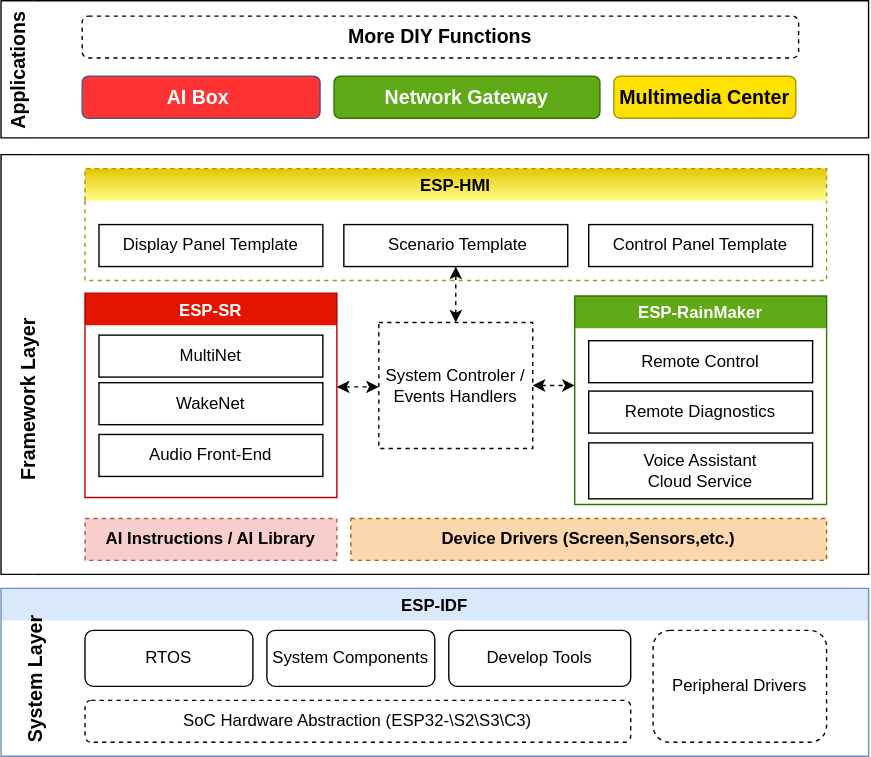
Earlier version of the draw.io export docs/_static/esp-box-tech-architecture.svg (espressif/esp-box). Source tidied: cells renumbered, new cells last; positions are measured from the earlier drawing's top-left corner, leaving out a move shared by most shapes. Its diagram source:
```xml
<mxGraphModel>
  <root>
    <mxCell id="0" />
    <mxCell id="1" parent="0" />
    <mxCell id="2" value="ESP-IDF" style="swimlane;glass=0;startSize=23;swimlaneLine=0;rounded=0;shadow=0;sketch=0;fillStyle=dots;gradientDirection=west;swimlaneFillColor=none;horizontal=1;fillColor=#dae8fc;strokeColor=#6c8ebf;" parent="1" vertex="1">
      <mxGeometry y="420" width="620" height="120" as="geometry" />
    </mxCell>
    <mxCell id="3" value="SoC&amp;nbsp;Hardware Abstraction (ESP32-\S2\S3\C3)" style="rounded=1;whiteSpace=wrap;html=1;glass=0;startSize=23;gradientColor=#ffffff;shadow=0;dashed=1;" parent="2" vertex="1">
      <mxGeometry x="60" y="80" width="390" height="30" as="geometry" />
    </mxCell>
    <mxCell id="4" value="RTOS" style="rounded=1;whiteSpace=wrap;html=1;shadow=0;glass=0;sketch=0;fillStyle=dots;startSize=23;gradientColor=#ffffff;gradientDirection=west;" parent="2" vertex="1">
      <mxGeometry x="60" y="30" width="120" height="40" as="geometry" />
    </mxCell>
    <mxCell id="5" value="System Components" style="rounded=1;whiteSpace=wrap;html=1;shadow=0;glass=0;sketch=0;fillStyle=dots;startSize=23;gradientColor=#ffffff;gradientDirection=west;" parent="2" vertex="1">
      <mxGeometry x="190" y="30" width="120" height="40" as="geometry" />
    </mxCell>
    <mxCell id="6" value="Develop Tools" style="rounded=1;whiteSpace=wrap;html=1;shadow=0;glass=0;sketch=0;fillStyle=dots;startSize=23;gradientColor=#ffffff;gradientDirection=west;" parent="2" vertex="1">
      <mxGeometry x="320" y="30" width="130" height="40" as="geometry" />
    </mxCell>
    <mxCell id="7" value="Peripheral Drivers" style="rounded=1;whiteSpace=wrap;html=1;glass=0;startSize=23;gradientColor=#ffffff;shadow=0;dashed=1;" parent="2" vertex="1">
      <mxGeometry x="466" y="30" width="124" height="80" as="geometry" />
    </mxCell>
    <mxCell id="8" value="&lt;font style=&quot;font-size: 14px&quot;&gt;System Layer&lt;/font&gt;" style="text;html=1;strokeColor=none;fillColor=none;align=center;verticalAlign=middle;whiteSpace=wrap;rounded=0;shadow=0;glass=0;sketch=0;fillStyle=dots;startSize=23;fontStyle=1;labelBorderColor=none;fontSize=17;horizontal=0;" parent="2" vertex="1">
      <mxGeometry x="10" y="10" width="30" height="110" as="geometry" />
    </mxCell>
    <mxCell id="9" style="swimlane;horizontal=0;rounded=0;shadow=0;glass=0;labelBorderColor=none;sketch=0;fillStyle=dots;startSize=23;gradientColor=#ffffff;gradientDirection=west;strokeColor=default;swimlaneLine=0;" parent="1" vertex="1">
      <mxGeometry y="110" width="620" height="300" as="geometry" />
    </mxCell>
    <mxCell id="10" value="ESP-RainMaker" style="swimlane;startSize=23;swimlaneLine=0;fillColor=#60a917;fontColor=#ffffff;strokeColor=#2D7600;" parent="9" vertex="1">
      <mxGeometry x="410" y="101" width="180" height="149" as="geometry" />
    </mxCell>
    <mxCell id="11" value="Remote Control" style="rounded=0;whiteSpace=wrap;html=1;" parent="10" vertex="1">
      <mxGeometry x="10" y="32" width="160" height="30" as="geometry" />
    </mxCell>
    <mxCell id="12" value="Remote Diagnostics" style="rounded=0;whiteSpace=wrap;html=1;" parent="10" vertex="1">
      <mxGeometry x="10" y="68" width="160" height="30" as="geometry" />
    </mxCell>
    <mxCell id="13" value="Voice Assistant&lt;br&gt;Cloud Service" style="rounded=0;whiteSpace=wrap;html=1;" parent="10" vertex="1">
      <mxGeometry x="10" y="105" width="160" height="40" as="geometry" />
    </mxCell>
    <mxCell id="14" value="ESP-HMI" style="swimlane;startSize=23;swimlaneFillColor=none;fillColor=#e3c800;fontColor=#000000;strokeColor=#B09500;glass=0;swimlaneLine=0;gradientColor=#FFFF8A;dashed=1;" parent="9" vertex="1">
      <mxGeometry x="60" y="10" width="530" height="80" as="geometry" />
    </mxCell>
    <mxCell id="15" value="Control Panel Template" style="rounded=0;whiteSpace=wrap;html=1;" parent="14" vertex="1">
      <mxGeometry x="360" y="40" width="160" height="30" as="geometry" />
    </mxCell>
    <mxCell id="16" value="Display Panel Template" style="rounded=0;whiteSpace=wrap;html=1;" parent="14" vertex="1">
      <mxGeometry x="10" y="40" width="160" height="30" as="geometry" />
    </mxCell>
    <mxCell id="17" value="&amp;nbsp;Scenario Template" style="rounded=0;whiteSpace=wrap;html=1;" parent="14" vertex="1">
      <mxGeometry x="185" y="40" width="160" height="30" as="geometry" />
    </mxCell>
    <mxCell id="18" value="ESP-SR" style="swimlane;startSize=23;swimlaneLine=0;fillColor=#e51400;fontColor=#ffffff;strokeColor=#B20000;" parent="9" vertex="1">
      <mxGeometry x="60" y="99" width="180" height="146" as="geometry" />
    </mxCell>
    <mxCell id="19" value="MultiNet" style="rounded=0;whiteSpace=wrap;html=1;" parent="18" vertex="1">
      <mxGeometry x="10" y="30" width="160" height="30" as="geometry" />
    </mxCell>
    <mxCell id="20" value="WakeNet" style="rounded=0;whiteSpace=wrap;html=1;" parent="18" vertex="1">
      <mxGeometry x="10" y="64" width="160" height="30" as="geometry" />
    </mxCell>
    <mxCell id="21" value="Audio Front-End" style="rounded=0;whiteSpace=wrap;html=1;" parent="18" vertex="1">
      <mxGeometry x="10" y="101" width="160" height="30" as="geometry" />
    </mxCell>
    <mxCell id="22" value="AI Instructions / AI Library" style="rounded=0;whiteSpace=wrap;html=1;shadow=0;glass=0;dashed=1;labelBorderColor=none;sketch=0;fillStyle=dots;startSize=23;strokeColor=#b85450;gradientDirection=west;fillColor=#f8cecc;fontStyle=1;" parent="9" vertex="1">
      <mxGeometry x="60" y="260" width="180" height="30" as="geometry" />
    </mxCell>
    <mxCell id="23" value="Framework Layer" style="text;html=1;strokeColor=none;fillColor=none;align=center;verticalAlign=middle;whiteSpace=wrap;rounded=0;shadow=0;glass=0;sketch=0;fillStyle=dots;startSize=23;fontStyle=1;labelBorderColor=none;fontSize=14;horizontal=0;" parent="9" vertex="1">
      <mxGeometry y="110" width="40" height="130" as="geometry" />
    </mxCell>
    <mxCell id="24" value="System Controler / Events Handlers" style="rounded=0;whiteSpace=wrap;html=1;dashed=1;fillColor=none;" parent="9" vertex="1">
      <mxGeometry x="270" y="120" width="110" height="90" as="geometry" />
    </mxCell>
    <mxCell id="25" value="Device Drivers (Screen,Sensors,etc.)" style="rounded=0;whiteSpace=wrap;html=1;shadow=0;glass=0;dashed=1;labelBorderColor=none;sketch=0;fillStyle=dots;startSize=23;strokeColor=#b46504;gradientDirection=west;fillColor=#fad7ac;fontStyle=1;" parent="9" vertex="1">
      <mxGeometry x="250" y="260" width="340" height="30" as="geometry" />
    </mxCell>
    <mxCell id="26" style="endArrow=classic;startArrow=classic;html=1;rounded=0;dashed=1;fontSize=14;fontColor=#FFFFFF;entryX=0.5;entryY=1;entryDx=0;entryDy=0;exitX=0.5;exitY=0;exitDx=0;exitDy=0;" parent="9" edge="1" source="24" target="17">
      <mxGeometry relative="1" as="geometry" />
    </mxCell>
    <mxCell id="27" style="endArrow=classic;startArrow=classic;html=1;rounded=0;dashed=1;fontSize=14;fontColor=#FFFFFF;exitX=1;exitY=0.5;exitDx=0;exitDy=0;" parent="9" edge="1" source="24">
      <mxGeometry relative="1" as="geometry">
        <mxPoint x="410" y="165" as="targetPoint" />
      </mxGeometry>
    </mxCell>
    <mxCell id="28" style="endArrow=classic;startArrow=classic;html=1;rounded=0;dashed=1;fontSize=14;fontColor=#FFFFFF;exitX=1;exitY=0.5;exitDx=0;exitDy=0;" parent="9" edge="1">
      <mxGeometry relative="1" as="geometry">
        <mxPoint x="240" y="166" as="sourcePoint" />
        <mxPoint x="270" y="166" as="targetPoint" />
      </mxGeometry>
    </mxCell>
    <mxCell id="29" value="Applications" style="swimlane;horizontal=0;rounded=0;shadow=0;glass=0;labelBorderColor=none;sketch=0;fillStyle=dots;fontSize=14;startSize=23;strokeColor=default;fillColor=none;gradientDirection=west;swimlaneLine=0;noLabel=0;" parent="1" vertex="1">
      <mxGeometry width="620" height="98" as="geometry" />
    </mxCell>
    <mxCell id="30" value="AI Box&amp;nbsp;" style="rounded=1;whiteSpace=wrap;html=1;shadow=0;glass=0;labelBorderColor=none;sketch=0;fillStyle=dots;fontSize=14;startSize=23;strokeColor=#56517e;fillColor=#FF3333;gradientDirection=west;fontColor=#FFFFFF;fontStyle=1;" parent="29" vertex="1">
      <mxGeometry x="58" y="54" width="170" height="30" as="geometry" />
    </mxCell>
    <mxCell id="31" value="Network Gateway" style="rounded=1;whiteSpace=wrap;html=1;shadow=0;glass=0;labelBorderColor=none;sketch=0;fillStyle=dots;fontSize=14;startSize=23;strokeColor=#2D7600;fillColor=#60a917;gradientDirection=west;fontStyle=1;fontColor=#ffffff;" parent="29" vertex="1">
      <mxGeometry x="238" y="54" width="190" height="30" as="geometry" />
    </mxCell>
    <mxCell id="32" value="Multimedia Center" style="rounded=1;whiteSpace=wrap;html=1;shadow=0;glass=0;labelBorderColor=none;sketch=0;fillStyle=dots;fontSize=14;startSize=23;strokeColor=#B09500;fillColor=#FFE100;gradientDirection=west;fontColor=#000000;fontStyle=1;" parent="29" vertex="1">
      <mxGeometry x="438" y="54" width="130" height="30" as="geometry" />
    </mxCell>
    <mxCell id="33" value="More DIY Functions" style="rounded=1;whiteSpace=wrap;html=1;shadow=0;glass=0;labelBorderColor=none;sketch=0;fillStyle=dots;fontSize=14;startSize=23;fillColor=none;gradientDirection=west;fontStyle=1;dashed=1;" parent="29" vertex="1">
      <mxGeometry x="58" y="11" width="512" height="30" as="geometry" />
    </mxCell>
  </root>
</mxGraphModel>
```
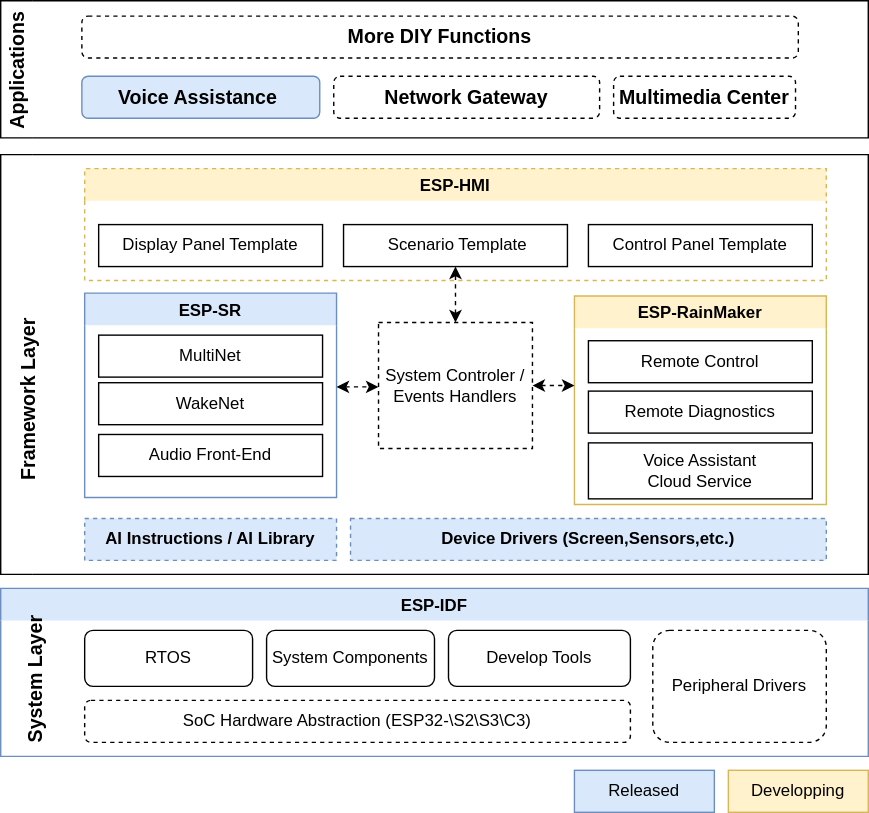
The same diagram one commit later.

Change to the diagram source:
```diff
@@ -5,28 +5,28 @@
     <mxCell id="2" value="ESP-IDF" style="swimlane;glass=0;startSize=23;swimlaneLine=0;rounded=0;shadow=0;sketch=0;fillStyle=dots;gradientDirection=west;swimlaneFillColor=none;horizontal=1;fillColor=#dae8fc;strokeColor=#6c8ebf;" parent="1" vertex="1">
       <mxGeometry y="420" width="620" height="120" as="geometry" />
     </mxCell>
-    <mxCell id="3" value="SoC&amp;nbsp;Hardware Abstraction (ESP32-\S2\S3\C3)" style="rounded=1;whiteSpace=wrap;html=1;glass=0;startSize=23;gradientColor=#ffffff;shadow=0;dashed=1;" parent="2" vertex="1">
+    <mxCell id="3" value="SoC&amp;nbsp;Hardware Abstraction (ESP32-\S2\S3\C3)" style="rounded=1;whiteSpace=wrap;html=1;glass=0;startSize=23;shadow=0;dashed=1;" parent="2" vertex="1">
       <mxGeometry x="60" y="80" width="390" height="30" as="geometry" />
     </mxCell>
-    <mxCell id="4" value="RTOS" style="rounded=1;whiteSpace=wrap;html=1;shadow=0;glass=0;sketch=0;fillStyle=dots;startSize=23;gradientColor=#ffffff;gradientDirection=west;" parent="2" vertex="1">
+    <mxCell id="4" value="RTOS" style="rounded=1;whiteSpace=wrap;html=1;shadow=0;glass=0;sketch=0;fillStyle=dots;startSize=23;gradientDirection=west;" parent="2" vertex="1">
       <mxGeometry x="60" y="30" width="120" height="40" as="geometry" />
     </mxCell>
-    <mxCell id="5" value="System Components" style="rounded=1;whiteSpace=wrap;html=1;shadow=0;glass=0;sketch=0;fillStyle=dots;startSize=23;gradientColor=#ffffff;gradientDirection=west;" parent="2" vertex="1">
+    <mxCell id="5" value="System Components" style="rounded=1;whiteSpace=wrap;html=1;shadow=0;glass=0;sketch=0;fillStyle=dots;startSize=23;gradientDirection=west;" parent="2" vertex="1">
       <mxGeometry x="190" y="30" width="120" height="40" as="geometry" />
     </mxCell>
-    <mxCell id="6" value="Develop Tools" style="rounded=1;whiteSpace=wrap;html=1;shadow=0;glass=0;sketch=0;fillStyle=dots;startSize=23;gradientColor=#ffffff;gradientDirection=west;" parent="2" vertex="1">
+    <mxCell id="6" value="Develop Tools" style="rounded=1;whiteSpace=wrap;html=1;shadow=0;glass=0;sketch=0;fillStyle=dots;startSize=23;gradientDirection=west;" parent="2" vertex="1">
       <mxGeometry x="320" y="30" width="130" height="40" as="geometry" />
     </mxCell>
-    <mxCell id="7" value="Peripheral Drivers" style="rounded=1;whiteSpace=wrap;html=1;glass=0;startSize=23;gradientColor=#ffffff;shadow=0;dashed=1;" parent="2" vertex="1">
+    <mxCell id="7" value="Peripheral Drivers" style="rounded=1;whiteSpace=wrap;html=1;glass=0;startSize=23;shadow=0;dashed=1;" parent="2" vertex="1">
       <mxGeometry x="466" y="30" width="124" height="80" as="geometry" />
     </mxCell>
     <mxCell id="8" value="&lt;font style=&quot;font-size: 14px&quot;&gt;System Layer&lt;/font&gt;" style="text;html=1;strokeColor=none;fillColor=none;align=center;verticalAlign=middle;whiteSpace=wrap;rounded=0;shadow=0;glass=0;sketch=0;fillStyle=dots;startSize=23;fontStyle=1;labelBorderColor=none;fontSize=17;horizontal=0;" parent="2" vertex="1">
       <mxGeometry x="10" y="10" width="30" height="110" as="geometry" />
     </mxCell>
-    <mxCell id="9" style="swimlane;horizontal=0;rounded=0;shadow=0;glass=0;labelBorderColor=none;sketch=0;fillStyle=dots;startSize=23;gradientColor=#ffffff;gradientDirection=west;strokeColor=default;swimlaneLine=0;" parent="1" vertex="1">
+    <mxCell id="9" style="swimlane;horizontal=0;rounded=0;shadow=0;glass=0;labelBorderColor=none;sketch=0;fillStyle=dots;startSize=23;gradientDirection=west;swimlaneLine=0;" parent="1" vertex="1">
       <mxGeometry y="110" width="620" height="300" as="geometry" />
     </mxCell>
-    <mxCell id="10" value="ESP-RainMaker" style="swimlane;startSize=23;swimlaneLine=0;fillColor=#60a917;fontColor=#ffffff;strokeColor=#2D7600;" parent="9" vertex="1">
+    <mxCell id="10" value="ESP-RainMaker" style="swimlane;startSize=23;swimlaneLine=0;fillColor=#fff2cc;strokeColor=#d6b656;" parent="9" vertex="1">
       <mxGeometry x="410" y="101" width="180" height="149" as="geometry" />
     </mxCell>
     <mxCell id="11" value="Remote Control" style="rounded=0;whiteSpace=wrap;html=1;" parent="10" vertex="1">
@@ -38,7 +38,7 @@
     <mxCell id="13" value="Voice Assistant&lt;br&gt;Cloud Service" style="rounded=0;whiteSpace=wrap;html=1;" parent="10" vertex="1">
       <mxGeometry x="10" y="105" width="160" height="40" as="geometry" />
     </mxCell>
-    <mxCell id="14" value="ESP-HMI" style="swimlane;startSize=23;swimlaneFillColor=none;fillColor=#e3c800;fontColor=#000000;strokeColor=#B09500;glass=0;swimlaneLine=0;gradientColor=#FFFF8A;dashed=1;" parent="9" vertex="1">
+    <mxCell id="14" value="ESP-HMI" style="swimlane;startSize=23;swimlaneFillColor=none;fillColor=#fff2cc;strokeColor=#d6b656;glass=0;swimlaneLine=0;dashed=1;" parent="9" vertex="1">
       <mxGeometry x="60" y="10" width="530" height="80" as="geometry" />
     </mxCell>
     <mxCell id="15" value="Control Panel Template" style="rounded=0;whiteSpace=wrap;html=1;" parent="14" vertex="1">
@@ -50,7 +50,7 @@
     <mxCell id="17" value="&amp;nbsp;Scenario Template" style="rounded=0;whiteSpace=wrap;html=1;" parent="14" vertex="1">
       <mxGeometry x="185" y="40" width="160" height="30" as="geometry" />
     </mxCell>
-    <mxCell id="18" value="ESP-SR" style="swimlane;startSize=23;swimlaneLine=0;fillColor=#e51400;fontColor=#ffffff;strokeColor=#B20000;" parent="9" vertex="1">
+    <mxCell id="18" value="ESP-SR" style="swimlane;startSize=23;swimlaneLine=0;fillColor=#dae8fc;strokeColor=#6c8ebf;" parent="9" vertex="1">
       <mxGeometry x="60" y="99" width="180" height="146" as="geometry" />
     </mxCell>
     <mxCell id="19" value="MultiNet" style="rounded=0;whiteSpace=wrap;html=1;" parent="18" vertex="1">
@@ -62,7 +62,7 @@
     <mxCell id="21" value="Audio Front-End" style="rounded=0;whiteSpace=wrap;html=1;" parent="18" vertex="1">
       <mxGeometry x="10" y="101" width="160" height="30" as="geometry" />
     </mxCell>
-    <mxCell id="22" value="AI Instructions / AI Library" style="rounded=0;whiteSpace=wrap;html=1;shadow=0;glass=0;dashed=1;labelBorderColor=none;sketch=0;fillStyle=dots;startSize=23;strokeColor=#b85450;gradientDirection=west;fillColor=#f8cecc;fontStyle=1;" parent="9" vertex="1">
+    <mxCell id="22" value="AI Instructions / AI Library" style="rounded=0;whiteSpace=wrap;html=1;shadow=0;glass=0;dashed=1;labelBorderColor=none;sketch=0;fillStyle=dots;startSize=23;strokeColor=#6c8ebf;gradientDirection=west;fillColor=#dae8fc;fontStyle=1;" parent="9" vertex="1">
       <mxGeometry x="60" y="260" width="180" height="30" as="geometry" />
     </mxCell>
     <mxCell id="23" value="Framework Layer" style="text;html=1;strokeColor=none;fillColor=none;align=center;verticalAlign=middle;whiteSpace=wrap;rounded=0;shadow=0;glass=0;sketch=0;fillStyle=dots;startSize=23;fontStyle=1;labelBorderColor=none;fontSize=14;horizontal=0;" parent="9" vertex="1">
@@ -71,7 +71,7 @@
     <mxCell id="24" value="System Controler / Events Handlers" style="rounded=0;whiteSpace=wrap;html=1;dashed=1;fillColor=none;" parent="9" vertex="1">
       <mxGeometry x="270" y="120" width="110" height="90" as="geometry" />
     </mxCell>
-    <mxCell id="25" value="Device Drivers (Screen,Sensors,etc.)" style="rounded=0;whiteSpace=wrap;html=1;shadow=0;glass=0;dashed=1;labelBorderColor=none;sketch=0;fillStyle=dots;startSize=23;strokeColor=#b46504;gradientDirection=west;fillColor=#fad7ac;fontStyle=1;" parent="9" vertex="1">
+    <mxCell id="25" value="Device Drivers (Screen,Sensors,etc.)" style="rounded=0;whiteSpace=wrap;html=1;shadow=0;glass=0;dashed=1;labelBorderColor=none;sketch=0;fillStyle=dots;startSize=23;strokeColor=#6c8ebf;gradientDirection=west;fillColor=#dae8fc;fontStyle=1;" parent="9" vertex="1">
       <mxGeometry x="250" y="260" width="340" height="30" as="geometry" />
     </mxCell>
     <mxCell id="26" style="endArrow=classic;startArrow=classic;html=1;rounded=0;dashed=1;fontSize=14;fontColor=#FFFFFF;entryX=0.5;entryY=1;entryDx=0;entryDy=0;exitX=0.5;exitY=0;exitDx=0;exitDy=0;" parent="9" edge="1" source="24" target="17">
@@ -91,17 +91,23 @@
     <mxCell id="29" value="Applications" style="swimlane;horizontal=0;rounded=0;shadow=0;glass=0;labelBorderColor=none;sketch=0;fillStyle=dots;fontSize=14;startSize=23;strokeColor=default;fillColor=none;gradientDirection=west;swimlaneLine=0;noLabel=0;" parent="1" vertex="1">
       <mxGeometry width="620" height="98" as="geometry" />
     </mxCell>
-    <mxCell id="30" value="AI Box&amp;nbsp;" style="rounded=1;whiteSpace=wrap;html=1;shadow=0;glass=0;labelBorderColor=none;sketch=0;fillStyle=dots;fontSize=14;startSize=23;strokeColor=#56517e;fillColor=#FF3333;gradientDirection=west;fontColor=#FFFFFF;fontStyle=1;" parent="29" vertex="1">
+    <mxCell id="30" value="Voice Assistance&amp;nbsp;" style="rounded=1;whiteSpace=wrap;html=1;shadow=0;glass=0;labelBorderColor=none;sketch=0;fillStyle=dots;fontSize=14;startSize=23;strokeColor=#6c8ebf;fillColor=#dae8fc;gradientDirection=west;fontStyle=1;" parent="29" vertex="1">
       <mxGeometry x="58" y="54" width="170" height="30" as="geometry" />
     </mxCell>
-    <mxCell id="31" value="Network Gateway" style="rounded=1;whiteSpace=wrap;html=1;shadow=0;glass=0;labelBorderColor=none;sketch=0;fillStyle=dots;fontSize=14;startSize=23;strokeColor=#2D7600;fillColor=#60a917;gradientDirection=west;fontStyle=1;fontColor=#ffffff;" parent="29" vertex="1">
+    <mxCell id="31" value="Network Gateway" style="rounded=1;whiteSpace=wrap;html=1;shadow=0;glass=0;labelBorderColor=none;sketch=0;fillStyle=dots;fontSize=14;startSize=23;gradientDirection=west;fontStyle=1;dashed=1;" parent="29" vertex="1">
       <mxGeometry x="238" y="54" width="190" height="30" as="geometry" />
     </mxCell>
-    <mxCell id="32" value="Multimedia Center" style="rounded=1;whiteSpace=wrap;html=1;shadow=0;glass=0;labelBorderColor=none;sketch=0;fillStyle=dots;fontSize=14;startSize=23;strokeColor=#B09500;fillColor=#FFE100;gradientDirection=west;fontColor=#000000;fontStyle=1;" parent="29" vertex="1">
+    <mxCell id="32" value="Multimedia Center" style="rounded=1;whiteSpace=wrap;html=1;shadow=0;glass=0;labelBorderColor=none;sketch=0;fillStyle=dots;fontSize=14;startSize=23;gradientDirection=west;fontStyle=1;dashed=1;" parent="29" vertex="1">
       <mxGeometry x="438" y="54" width="130" height="30" as="geometry" />
     </mxCell>
     <mxCell id="33" value="More DIY Functions" style="rounded=1;whiteSpace=wrap;html=1;shadow=0;glass=0;labelBorderColor=none;sketch=0;fillStyle=dots;fontSize=14;startSize=23;fillColor=none;gradientDirection=west;fontStyle=1;dashed=1;" parent="29" vertex="1">
       <mxGeometry x="58" y="11" width="512" height="30" as="geometry" />
     </mxCell>
+    <mxCell id="34" value="Released" style="rounded=0;whiteSpace=wrap;html=1;strokeColor=#6c8ebf;fillColor=#dae8fc;" parent="1" vertex="1">
+      <mxGeometry x="410" y="550" width="100" height="30" as="geometry" />
+    </mxCell>
+    <mxCell id="35" value="Developping" style="rounded=0;whiteSpace=wrap;html=1;strokeColor=#d6b656;fillColor=#fff2cc;" parent="1" vertex="1">
+      <mxGeometry x="520" y="550" width="100" height="30" as="geometry" />
+    </mxCell>
   </root>
 </mxGraphModel>
```
